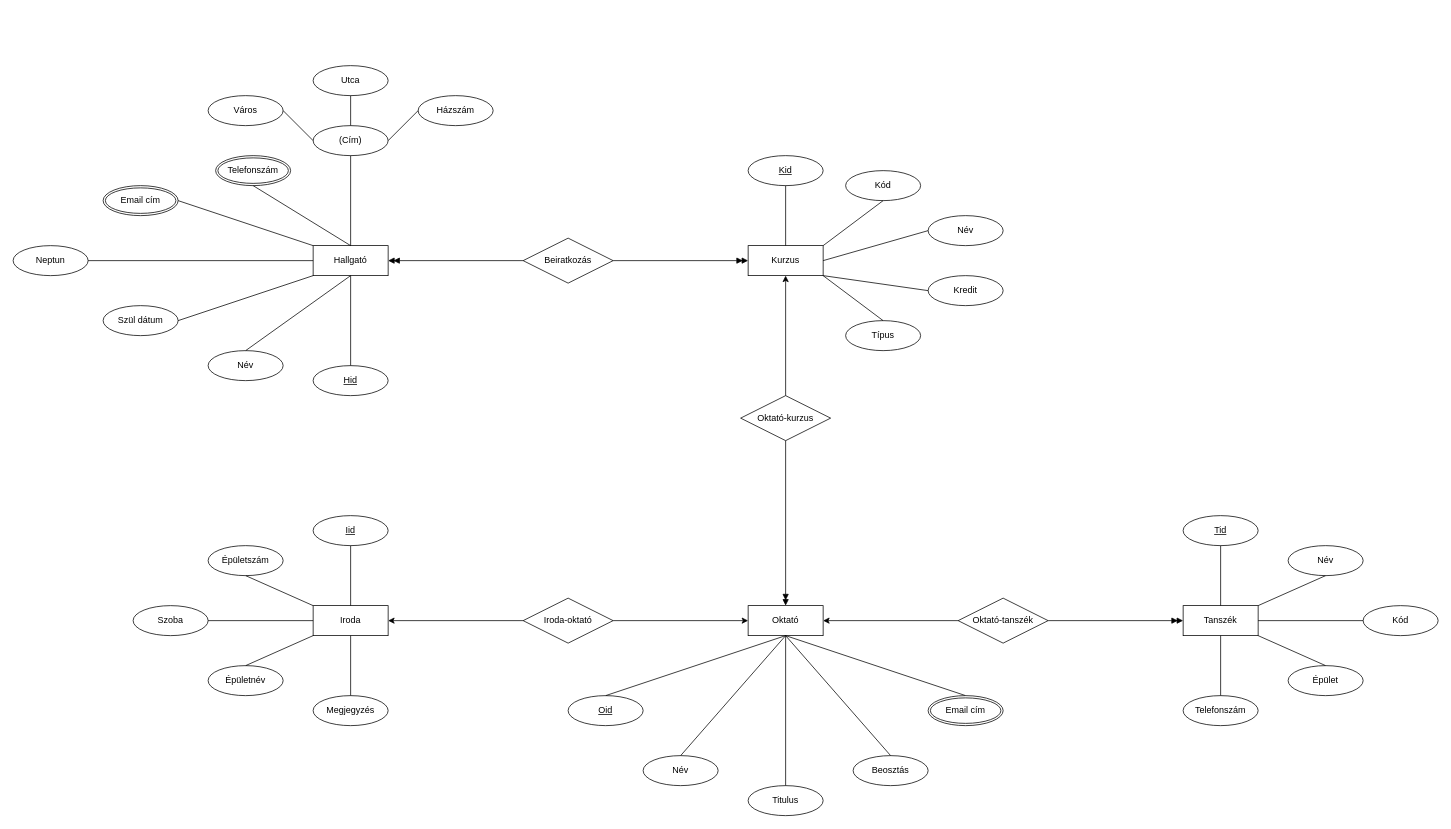
The draw.io diagram F9PSJA_XMLTask/F9PSJA_er.drawio in VargaEszter11/F9PSJAWebXML, before the edit. Source tidied: cells renumbered, new cells numbered last; positions are measured from the earlier drawing's top-left corner, leaving out a move shared by most shapes. Both pictures are drawn from the tidied source at 75%, with x=0, y=0 at pixel (13, 65).
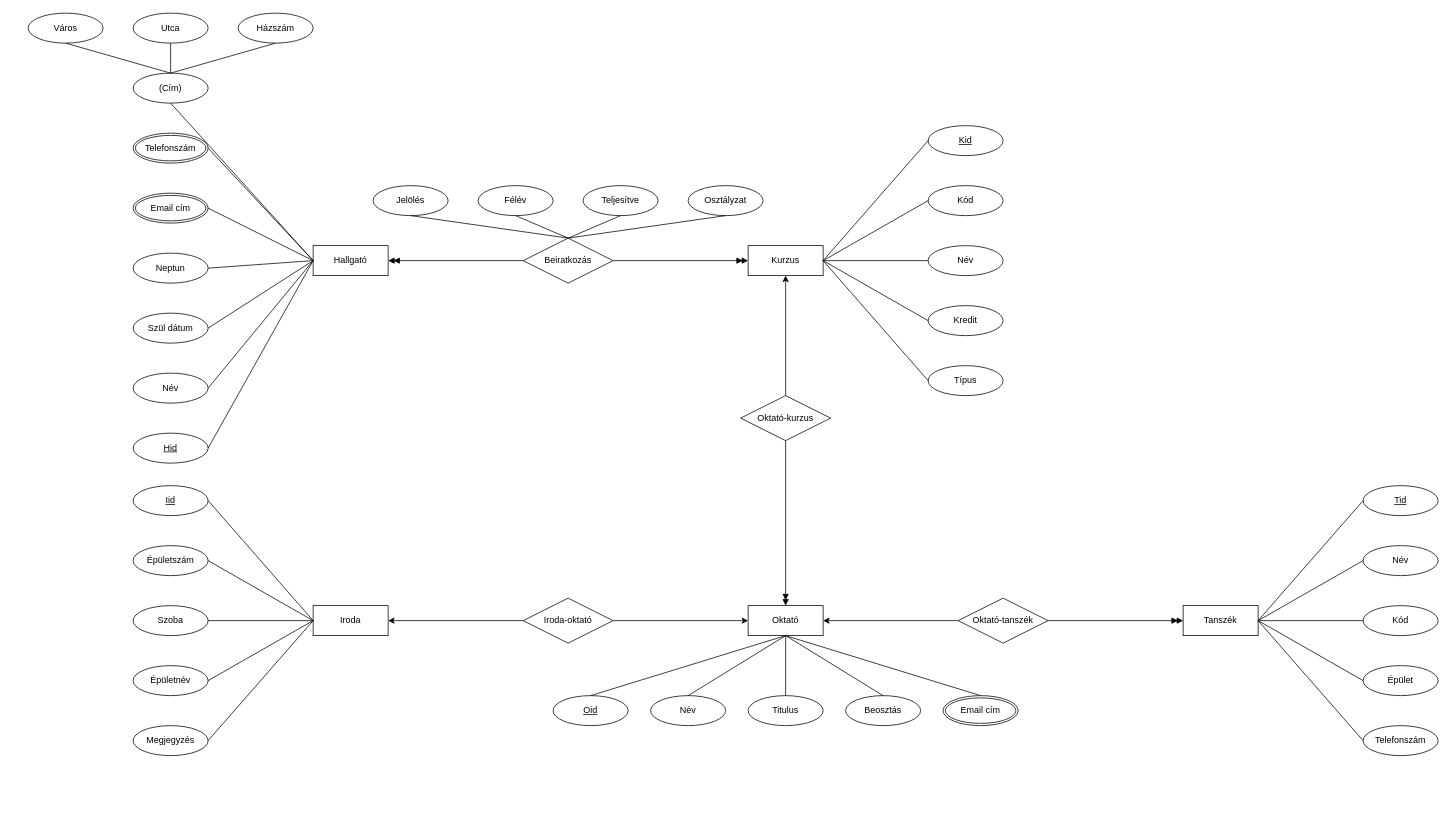
Above is the later version.

Unchanged cells that the change refers to:
```xml
<mxCell id="2" value="Iroda" style="whiteSpace=wrap;html=1;align=center;" parent="1" vertex="1">
  <mxGeometry x="400" y="720" width="100" height="40" as="geometry" />
</mxCell>
<mxCell id="27" value="Tanszék" style="whiteSpace=wrap;html=1;align=center;" parent="1" vertex="1">
  <mxGeometry x="1560" y="720" width="100" height="40" as="geometry" />
</mxCell>
<mxCell id="41" value="Kurzus" style="whiteSpace=wrap;html=1;align=center;" parent="1" vertex="1">
  <mxGeometry x="980" y="240" width="100" height="40" as="geometry" />
</mxCell>
<mxCell id="55" value="Hallgató" style="whiteSpace=wrap;html=1;align=center;" parent="1" vertex="1">
  <mxGeometry x="400" y="240" width="100" height="40" as="geometry" />
</mxCell>
<mxCell id="56" value="Beiratkozás" style="shape=rhombus;perimeter=rhombusPerimeter;whiteSpace=wrap;html=1;align=center;" parent="1" vertex="1">
  <mxGeometry x="680" y="230" width="120" height="60" as="geometry" />
</mxCell>
```

Change to the diagram source:
```diff
@@
     <mxCell id="3" value="Megjegyzés" style="ellipse;whiteSpace=wrap;html=1;align=center;" parent="1" vertex="1">
-      <mxGeometry x="400" y="840" width="100" height="40" as="geometry" />
+      <mxGeometry x="160" y="880" width="100" height="40" as="geometry" />
     </mxCell>
     <mxCell id="4" value="Épületnév" style="ellipse;whiteSpace=wrap;html=1;align=center;" parent="1" vertex="1">
-      <mxGeometry x="260" y="800" width="100" height="40" as="geometry" />
+      <mxGeometry x="160" y="800" width="100" height="40" as="geometry" />
     </mxCell>
@@
     <mxCell id="6" value="Épületszám" style="ellipse;whiteSpace=wrap;html=1;align=center;" parent="1" vertex="1">
-      <mxGeometry x="260" y="640" width="100" height="40" as="geometry" />
+      <mxGeometry x="160" y="640" width="100" height="40" as="geometry" />
     </mxCell>
     <mxCell id="7" value="Iid" style="ellipse;whiteSpace=wrap;html=1;align=center;fontStyle=4;" parent="1" vertex="1">
-      <mxGeometry x="400" y="600" width="100" height="40" as="geometry" />
+      <mxGeometry x="160" y="560" width="100" height="40" as="geometry" />
     </mxCell>
-    <mxCell id="8" style="endArrow=none;html=1;rounded=0;entryX=0.5;entryY=1;entryDx=0;entryDy=0;exitX=0.5;exitY=0;exitDx=0;exitDy=0;" parent="1" edge="1" source="2" target="7">
-      <mxGeometry relative="1" as="geometry" />
+    <mxCell id="8" style="endArrow=none;html=1;rounded=0;entryX=1;entryY=0.5;entryDx=0;entryDy=0;" parent="1" edge="1" target="7">
+      <mxGeometry relative="1" as="geometry">
+        <mxPoint x="400" y="740" as="sourcePoint" />
+      </mxGeometry>
     </mxCell>
-    <mxCell id="9" style="endArrow=none;html=1;rounded=0;entryX=0.5;entryY=1;entryDx=0;entryDy=0;exitX=0;exitY=0;exitDx=0;exitDy=0;" parent="1" edge="1" source="2" target="6">
+    <mxCell id="9" style="endArrow=none;html=1;rounded=0;entryX=1;entryY=0.5;entryDx=0;entryDy=0;exitX=0;exitY=0.5;exitDx=0;exitDy=0;" parent="1" edge="1" source="2" target="6">
       <mxGeometry relative="1" as="geometry" />
     </mxCell>
@@
-    <mxCell id="11" style="endArrow=none;html=1;rounded=0;exitX=0.5;exitY=0;exitDx=0;exitDy=0;entryX=0;entryY=1;entryDx=0;entryDy=0;" parent="1" edge="1" source="4" target="2">
+    <mxCell id="11" style="endArrow=none;html=1;rounded=0;exitX=1;exitY=0.5;exitDx=0;exitDy=0;entryX=0;entryY=0.5;entryDx=0;entryDy=0;" parent="1" edge="1" source="4" target="2">
       <mxGeometry relative="1" as="geometry" />
     </mxCell>
-    <mxCell id="12" style="endArrow=none;html=1;rounded=0;exitX=0.5;exitY=0;exitDx=0;exitDy=0;entryX=0.5;entryY=1;entryDx=0;entryDy=0;" parent="1" edge="1" source="3" target="2">
-      <mxGeometry relative="1" as="geometry" />
+    <mxCell id="12" style="endArrow=none;html=1;rounded=0;exitX=1;exitY=0.5;exitDx=0;exitDy=0;" parent="1" edge="1" source="3">
+      <mxGeometry relative="1" as="geometry">
+        <mxPoint x="400" y="740" as="targetPoint" />
+      </mxGeometry>
     </mxCell>
@@
     <mxCell id="14" value="Oid" style="ellipse;whiteSpace=wrap;html=1;align=center;fontStyle=4;" parent="1" vertex="1">
-      <mxGeometry x="740" y="840" width="100" height="40" as="geometry" />
+      <mxGeometry x="720" y="840" width="100" height="40" as="geometry" />
     </mxCell>
     <mxCell id="15" value="Titulus" style="ellipse;whiteSpace=wrap;html=1;align=center;" parent="1" vertex="1">
-      <mxGeometry x="980" y="960" width="100" height="40" as="geometry" />
+      <mxGeometry x="980" y="840" width="100" height="40" as="geometry" />
     </mxCell>
     <mxCell id="16" value="Beosztás" style="ellipse;whiteSpace=wrap;html=1;align=center;" parent="1" vertex="1">
-      <mxGeometry x="1120" y="920" width="100" height="40" as="geometry" />
+      <mxGeometry x="1110" y="840" width="100" height="40" as="geometry" />
     </mxCell>
     <mxCell id="17" value="Név" style="ellipse;whiteSpace=wrap;html=1;align=center;" parent="1" vertex="1">
-      <mxGeometry x="840" y="920" width="100" height="40" as="geometry" />
+      <mxGeometry x="850" y="840" width="100" height="40" as="geometry" />
     </mxCell>
@@
     <mxCell id="23" value="Email cím" style="ellipse;shape=doubleEllipse;margin=3;whiteSpace=wrap;html=1;align=center;fillColor=light-dark(#FFFFFF,#333333);" parent="1" vertex="1">
-      <mxGeometry x="1220" y="840" width="100" height="40" as="geometry" />
+      <mxGeometry x="1240" y="840" width="100" height="40" as="geometry" />
     </mxCell>
@@
     <mxCell id="28" value="Tid" style="ellipse;whiteSpace=wrap;html=1;align=center;fontStyle=4;" parent="1" vertex="1">
-      <mxGeometry x="1560" y="600" width="100" height="40" as="geometry" />
+      <mxGeometry x="1800" y="560" width="100" height="40" as="geometry" />
     </mxCell>
     <mxCell id="29" value="Telefonszám" style="ellipse;whiteSpace=wrap;html=1;align=center;" parent="1" vertex="1">
-      <mxGeometry x="1560" y="840" width="100" height="40" as="geometry" />
+      <mxGeometry x="1800" y="880" width="100" height="40" as="geometry" />
     </mxCell>
     <mxCell id="30" value="Épület" style="ellipse;whiteSpace=wrap;html=1;align=center;" parent="1" vertex="1">
-      <mxGeometry x="1700" y="800" width="100" height="40" as="geometry" />
+      <mxGeometry x="1800" y="800" width="100" height="40" as="geometry" />
     </mxCell>
@@
     <mxCell id="32" value="Név" style="ellipse;whiteSpace=wrap;html=1;align=center;" parent="1" vertex="1">
-      <mxGeometry x="1700" y="640" width="100" height="40" as="geometry" />
+      <mxGeometry x="1800" y="640" width="100" height="40" as="geometry" />
     </mxCell>
-    <mxCell id="33" style="endArrow=none;html=1;rounded=0;entryX=0.5;entryY=1;entryDx=0;entryDy=0;exitX=0.5;exitY=0;exitDx=0;exitDy=0;" parent="1" edge="1" source="27" target="28">
+    <mxCell id="33" style="endArrow=none;html=1;rounded=0;entryX=0;entryY=0.5;entryDx=0;entryDy=0;exitX=1;exitY=0.5;exitDx=0;exitDy=0;" parent="1" edge="1" source="27" target="28">
       <mxGeometry relative="1" as="geometry" />
     </mxCell>
-    <mxCell id="34" style="endArrow=none;html=1;rounded=0;entryX=0.5;entryY=1;entryDx=0;entryDy=0;exitX=1;exitY=0;exitDx=0;exitDy=0;" parent="1" edge="1" source="27" target="32">
+    <mxCell id="34" style="endArrow=none;html=1;rounded=0;entryX=0;entryY=0.5;entryDx=0;entryDy=0;exitX=1;exitY=0.5;exitDx=0;exitDy=0;" parent="1" edge="1" source="27" target="32">
       <mxGeometry relative="1" as="geometry" />
     </mxCell>
@@
-    <mxCell id="36" style="endArrow=none;html=1;rounded=0;entryX=0.5;entryY=0;entryDx=0;entryDy=0;exitX=1;exitY=1;exitDx=0;exitDy=0;" parent="1" edge="1" source="27" target="30">
+    <mxCell id="36" style="endArrow=none;html=1;rounded=0;entryX=0;entryY=0.5;entryDx=0;entryDy=0;exitX=1;exitY=0.5;exitDx=0;exitDy=0;" parent="1" edge="1" source="27" target="30">
       <mxGeometry relative="1" as="geometry" />
     </mxCell>
-    <mxCell id="37" style="endArrow=none;html=1;rounded=0;exitX=0.5;exitY=0;exitDx=0;exitDy=0;entryX=0.5;entryY=1;entryDx=0;entryDy=0;" parent="1" edge="1" source="29" target="27">
+    <mxCell id="37" style="endArrow=none;html=1;rounded=0;exitX=0;exitY=0.5;exitDx=0;exitDy=0;entryX=1;entryY=0.5;entryDx=0;entryDy=0;" parent="1" edge="1" source="29" target="27">
       <mxGeometry relative="1" as="geometry" />
     </mxCell>
@@
     <mxCell id="42" value="Kid" style="ellipse;whiteSpace=wrap;html=1;align=center;fontStyle=4;" parent="1" vertex="1">
-      <mxGeometry x="980" y="120" width="100" height="40" as="geometry" />
+      <mxGeometry x="1220" y="80" width="100" height="40" as="geometry" />
     </mxCell>
     <mxCell id="43" value="Kód" style="ellipse;whiteSpace=wrap;html=1;align=center;" parent="1" vertex="1">
-      <mxGeometry x="1110" y="140" width="100" height="40" as="geometry" />
+      <mxGeometry x="1220" y="160" width="100" height="40" as="geometry" />
     </mxCell>
     <mxCell id="44" value="Név" style="ellipse;whiteSpace=wrap;html=1;align=center;" parent="1" vertex="1">
-      <mxGeometry x="1220" y="200" width="100" height="40" as="geometry" />
+      <mxGeometry x="1220" y="240" width="100" height="40" as="geometry" />
     </mxCell>
     <mxCell id="45" value="Kredit" style="ellipse;whiteSpace=wrap;html=1;align=center;" parent="1" vertex="1">
-      <mxGeometry x="1220" y="280" width="100" height="40" as="geometry" />
+      <mxGeometry x="1220" y="320" width="100" height="40" as="geometry" />
     </mxCell>
     <mxCell id="46" value="Típus" style="ellipse;whiteSpace=wrap;html=1;align=center;" parent="1" vertex="1">
-      <mxGeometry x="1110" y="340" width="100" height="40" as="geometry" />
+      <mxGeometry x="1220" y="400" width="100" height="40" as="geometry" />
     </mxCell>
-    <mxCell id="47" style="endArrow=none;html=1;rounded=0;entryX=0.5;entryY=1;entryDx=0;entryDy=0;exitX=0.5;exitY=0;exitDx=0;exitDy=0;" parent="1" edge="1" source="41" target="42">
+    <mxCell id="47" style="endArrow=none;html=1;rounded=0;entryX=0;entryY=0.5;entryDx=0;entryDy=0;exitX=1;exitY=0.5;exitDx=0;exitDy=0;" parent="1" edge="1" source="41" target="42">
       <mxGeometry relative="1" as="geometry" />
     </mxCell>
-    <mxCell id="48" style="endArrow=none;html=1;rounded=0;entryX=0.5;entryY=1;entryDx=0;entryDy=0;exitX=1;exitY=0;exitDx=0;exitDy=0;" parent="1" edge="1" source="41" target="43">
+    <mxCell id="48" style="endArrow=none;html=1;rounded=0;entryX=0;entryY=0.5;entryDx=0;entryDy=0;exitX=1;exitY=0.5;exitDx=0;exitDy=0;" parent="1" edge="1" source="41" target="43">
       <mxGeometry relative="1" as="geometry" />
     </mxCell>
@@
-    <mxCell id="50" style="endArrow=none;html=1;rounded=0;entryX=0;entryY=0.5;entryDx=0;entryDy=0;exitX=1;exitY=1;exitDx=0;exitDy=0;" parent="1" edge="1" source="41" target="45">
+    <mxCell id="50" style="endArrow=none;html=1;rounded=0;entryX=0;entryY=0.5;entryDx=0;entryDy=0;exitX=1;exitY=0.5;exitDx=0;exitDy=0;" parent="1" edge="1" source="41" target="45">
       <mxGeometry relative="1" as="geometry" />
     </mxCell>
-    <mxCell id="51" style="endArrow=none;html=1;rounded=0;entryX=0.5;entryY=0;entryDx=0;entryDy=0;exitX=1;exitY=1;exitDx=0;exitDy=0;" parent="1" edge="1" source="41" target="46">
+    <mxCell id="51" style="endArrow=none;html=1;rounded=0;entryX=0;entryY=0.5;entryDx=0;entryDy=0;exitX=1;exitY=0.5;exitDx=0;exitDy=0;" parent="1" edge="1" source="41" target="46">
       <mxGeometry relative="1" as="geometry" />
     </mxCell>
@@
     <mxCell id="59" value="Hid" style="ellipse;whiteSpace=wrap;html=1;align=center;fontStyle=4;" parent="1" vertex="1">
-      <mxGeometry x="400" y="400" width="100" height="40" as="geometry" />
+      <mxGeometry x="160" y="490" width="100" height="40" as="geometry" />
     </mxCell>
     <mxCell id="60" value="Név" style="ellipse;whiteSpace=wrap;html=1;align=center;" parent="1" vertex="1">
-      <mxGeometry x="260" y="380" width="100" height="40" as="geometry" />
+      <mxGeometry x="160" y="410" width="100" height="40" as="geometry" />
     </mxCell>
     <mxCell id="61" value="Neptun" style="ellipse;whiteSpace=wrap;html=1;align=center;" parent="1" vertex="1">
-      <mxGeometry y="240" width="100" height="40" as="geometry" />
+      <mxGeometry x="160" y="250" width="100" height="40" as="geometry" />
     </mxCell>
     <mxCell id="62" value="Szül dátum" style="ellipse;whiteSpace=wrap;html=1;align=center;" parent="1" vertex="1">
-      <mxGeometry x="120" y="320" width="100" height="40" as="geometry" />
+      <mxGeometry x="160" y="330" width="100" height="40" as="geometry" />
     </mxCell>
     <mxCell id="63" value="(Cím)" style="ellipse;whiteSpace=wrap;html=1;align=center;" parent="1" vertex="1">
-      <mxGeometry x="400" y="80" width="100" height="40" as="geometry" />
+      <mxGeometry x="160" y="10" width="100" height="40" as="geometry" />
     </mxCell>
     <mxCell id="64" value="Házszám" style="ellipse;whiteSpace=wrap;html=1;align=center;" parent="1" vertex="1">
-      <mxGeometry x="540" y="40" width="100" height="40" as="geometry" />
+      <mxGeometry x="300" y="-70" width="100" height="40" as="geometry" />
     </mxCell>
     <mxCell id="65" value="Utca" style="ellipse;whiteSpace=wrap;html=1;align=center;" parent="1" vertex="1">
-      <mxGeometry x="400" width="100" height="40" as="geometry" />
+      <mxGeometry x="160" y="-70" width="100" height="40" as="geometry" />
     </mxCell>
     <mxCell id="66" value="Város" style="ellipse;whiteSpace=wrap;html=1;align=center;" parent="1" vertex="1">
-      <mxGeometry x="260" y="40" width="100" height="40" as="geometry" />
+      <mxGeometry x="20" y="-70" width="100" height="40" as="geometry" />
     </mxCell>
-    <mxCell id="67" style="endArrow=none;html=1;rounded=0;entryX=1;entryY=0.5;entryDx=0;entryDy=0;exitX=0;exitY=0.5;exitDx=0;exitDy=0;" parent="1" edge="1" source="63" target="66">
+    <mxCell id="67" style="endArrow=none;html=1;rounded=0;entryX=0.5;entryY=1;entryDx=0;entryDy=0;exitX=0.5;exitY=0;exitDx=0;exitDy=0;" parent="1" edge="1" source="63" target="66">
       <mxGeometry relative="1" as="geometry" />
     </mxCell>
@@
-    <mxCell id="69" style="endArrow=none;html=1;rounded=0;entryX=0;entryY=0.5;entryDx=0;entryDy=0;exitX=1;exitY=0.5;exitDx=0;exitDy=0;" parent="1" edge="1" source="63" target="64">
+    <mxCell id="69" style="endArrow=none;html=1;rounded=0;entryX=0.5;entryY=1;entryDx=0;entryDy=0;exitX=0.5;exitY=0;exitDx=0;exitDy=0;" parent="1" edge="1" source="63" target="64">
       <mxGeometry relative="1" as="geometry" />
     </mxCell>
     <mxCell id="70" value="Email cím" style="ellipse;shape=doubleEllipse;margin=3;whiteSpace=wrap;html=1;align=center;fillColor=light-dark(#FFFFFF,#333333);" parent="1" vertex="1">
-      <mxGeometry x="120" y="160" width="100" height="40" as="geometry" />
+      <mxGeometry x="160" y="170" width="100" height="40" as="geometry" />
     </mxCell>
     <mxCell id="71" value="Telefonszám" style="ellipse;shape=doubleEllipse;margin=3;whiteSpace=wrap;html=1;align=center;fillColor=light-dark(#FFFFFF,#333333);" parent="1" vertex="1">
-      <mxGeometry x="270" y="120" width="100" height="40" as="geometry" />
+      <mxGeometry x="160" y="90" width="100" height="40" as="geometry" />
     </mxCell>
-    <mxCell id="72" style="endArrow=none;html=1;rounded=0;entryX=0.5;entryY=1;entryDx=0;entryDy=0;exitX=0.5;exitY=0;exitDx=0;exitDy=0;" parent="1" edge="1" source="55" target="63">
+    <mxCell id="72" style="endArrow=none;html=1;rounded=0;entryX=0.5;entryY=1;entryDx=0;entryDy=0;exitX=0;exitY=0.5;exitDx=0;exitDy=0;" parent="1" edge="1" source="55" target="63">
       <mxGeometry relative="1" as="geometry" />
     </mxCell>
-    <mxCell id="73" style="endArrow=none;html=1;rounded=0;entryX=1;entryY=0.5;entryDx=0;entryDy=0;exitX=0;exitY=0;exitDx=0;exitDy=0;" parent="1" edge="1" source="55" target="70">
-      <mxGeometry relative="1" as="geometry" />
+    <mxCell id="73" style="endArrow=none;html=1;rounded=0;entryX=1;entryY=0.5;entryDx=0;entryDy=0;" parent="1" edge="1" target="70">
+      <mxGeometry relative="1" as="geometry">
+        <mxPoint x="400" y="260" as="sourcePoint" />
+      </mxGeometry>
     </mxCell>
@@
-    <mxCell id="75" style="endArrow=none;html=1;rounded=0;exitX=1;exitY=0.5;exitDx=0;exitDy=0;entryX=0;entryY=1;entryDx=0;entryDy=0;" parent="1" edge="1" source="62" target="55">
+    <mxCell id="75" style="endArrow=none;html=1;rounded=0;exitX=1;exitY=0.5;exitDx=0;exitDy=0;entryX=0;entryY=0.5;entryDx=0;entryDy=0;" parent="1" edge="1" source="62" target="55">
       <mxGeometry relative="1" as="geometry" />
     </mxCell>
-    <mxCell id="76" style="endArrow=none;html=1;rounded=0;exitX=0.5;exitY=0;exitDx=0;exitDy=0;entryX=0.5;entryY=1;entryDx=0;entryDy=0;" parent="1" edge="1" source="60" target="55">
+    <mxCell id="76" style="endArrow=none;html=1;rounded=0;exitX=1;exitY=0.5;exitDx=0;exitDy=0;entryX=0;entryY=0.5;entryDx=0;entryDy=0;" parent="1" edge="1" source="60" target="55">
       <mxGeometry relative="1" as="geometry" />
     </mxCell>
-    <mxCell id="77" style="endArrow=none;html=1;rounded=0;exitX=0.5;exitY=0;exitDx=0;exitDy=0;entryX=0.5;entryY=1;entryDx=0;entryDy=0;" parent="1" edge="1" source="59" target="55">
+    <mxCell id="77" style="endArrow=none;html=1;rounded=0;exitX=1;exitY=0.5;exitDx=0;exitDy=0;entryX=0;entryY=0.5;entryDx=0;entryDy=0;" parent="1" edge="1" source="59" target="55">
       <mxGeometry relative="1" as="geometry" />
     </mxCell>
-    <mxCell id="78" style="endArrow=none;html=1;rounded=0;entryX=0.5;entryY=1;entryDx=0;entryDy=0;exitX=0.5;exitY=0;exitDx=0;exitDy=0;" parent="1" edge="1" source="55" target="71">
+    <mxCell id="78" style="endArrow=none;html=1;rounded=0;entryX=1;entryY=0.5;entryDx=0;entryDy=0;exitX=0;exitY=0.5;exitDx=0;exitDy=0;" parent="1" edge="1" source="55" target="71">
       <mxGeometry relative="1" as="geometry" />
     </mxCell>
+    <mxCell id="79" value="Félév" style="ellipse;whiteSpace=wrap;html=1;align=center;" parent="1" vertex="1">
+      <mxGeometry x="620" y="160" width="100" height="40" as="geometry" />
+    </mxCell>
+    <mxCell id="80" value="Osztályzat" style="ellipse;whiteSpace=wrap;html=1;align=center;" parent="1" vertex="1">
+      <mxGeometry x="900" y="160" width="100" height="40" as="geometry" />
+    </mxCell>
+    <mxCell id="81" value="Teljesítve" style="ellipse;whiteSpace=wrap;html=1;align=center;" parent="1" vertex="1">
+      <mxGeometry x="760" y="160" width="100" height="40" as="geometry" />
+    </mxCell>
+    <mxCell id="82" value="Jelölés" style="ellipse;whiteSpace=wrap;html=1;align=center;" parent="1" vertex="1">
+      <mxGeometry x="480" y="160" width="100" height="40" as="geometry" />
+    </mxCell>
+    <mxCell id="83" style="endArrow=none;html=1;rounded=0;entryX=0.5;entryY=1;entryDx=0;entryDy=0;exitX=0.5;exitY=0;exitDx=0;exitDy=0;" parent="1" edge="1" source="56" target="82">
+      <mxGeometry relative="1" as="geometry" />
+    </mxCell>
+    <mxCell id="84" style="endArrow=none;html=1;rounded=0;entryX=0.5;entryY=1;entryDx=0;entryDy=0;exitX=0.5;exitY=0;exitDx=0;exitDy=0;" parent="1" edge="1" source="56" target="79">
+      <mxGeometry relative="1" as="geometry" />
+    </mxCell>
+    <mxCell id="85" style="endArrow=none;html=1;rounded=0;entryX=0.5;entryY=1;entryDx=0;entryDy=0;" parent="1" edge="1" target="81">
+      <mxGeometry relative="1" as="geometry">
+        <mxPoint x="740" y="230" as="sourcePoint" />
+      </mxGeometry>
+    </mxCell>
+    <mxCell id="86" style="endArrow=none;html=1;rounded=0;entryX=0.5;entryY=1;entryDx=0;entryDy=0;exitX=0.5;exitY=0;exitDx=0;exitDy=0;" parent="1" edge="1" source="56" target="80">
+      <mxGeometry relative="1" as="geometry" />
+    </mxCell>
```
